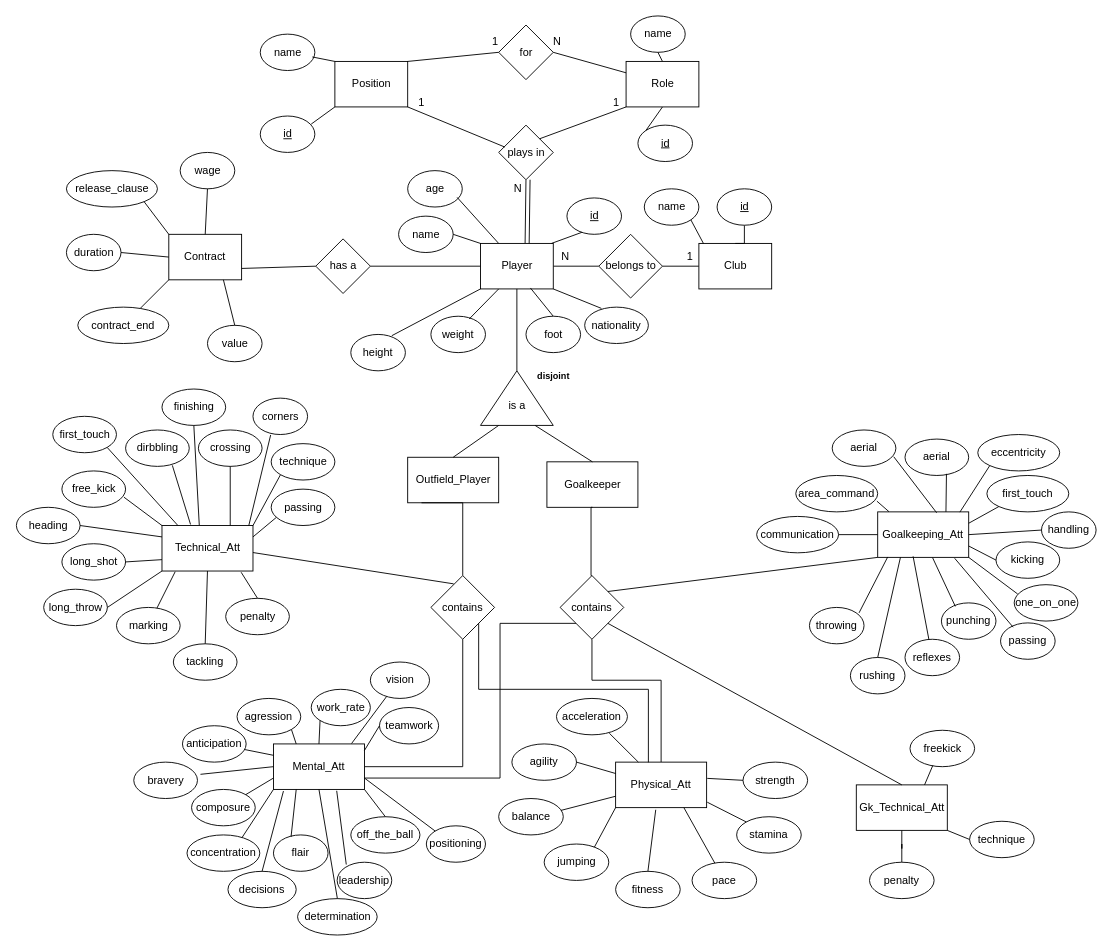
Before: score_savant.drawio in guilherme096/score-savant, a draw.io diagram. Source tidied: cells renumbered, new cells numbered last; positions are measured from the earlier drawing's top-left corner, leaving out a move shared by most shapes. Both pictures are drawn from the tidied source at 91%, with x=0, y=0 at pixel (15, 15).
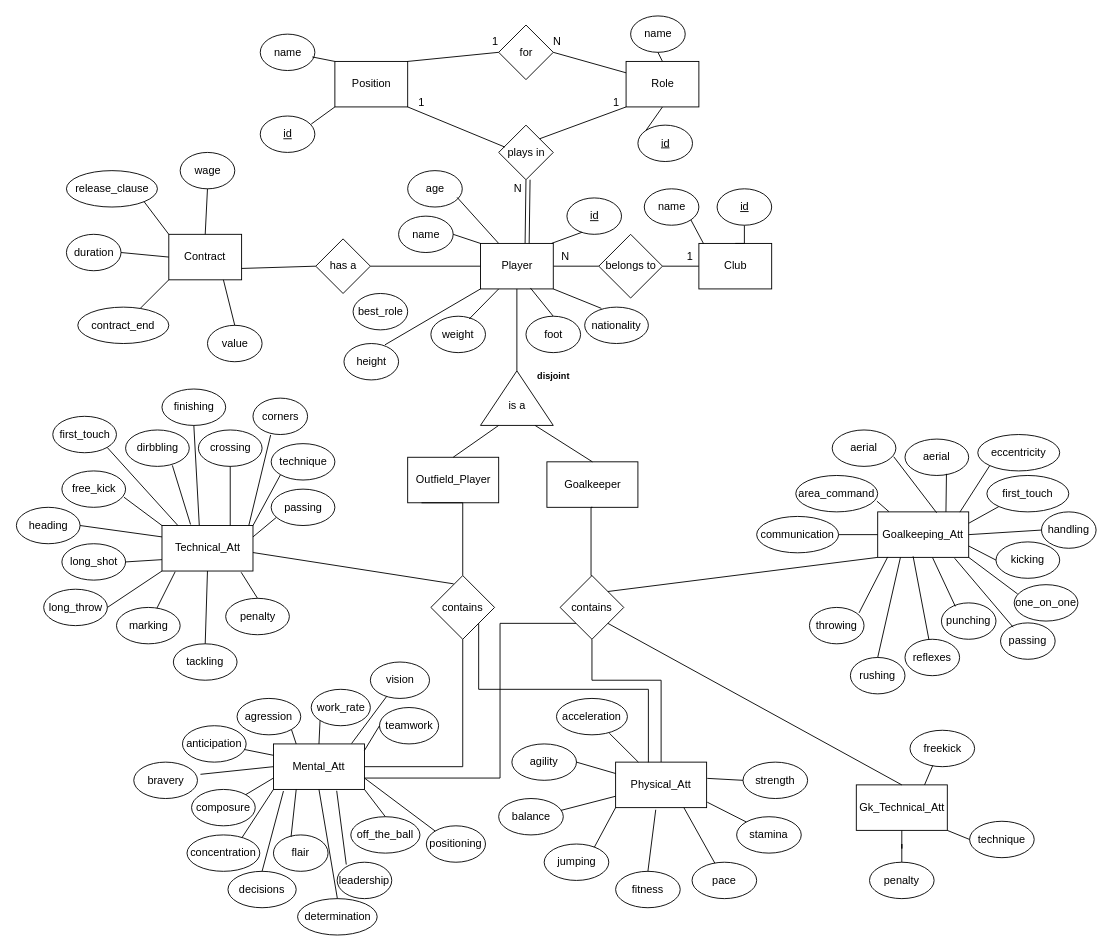
The same page after the edit.

The edit, as a diff of the source:
```diff
@@
     <mxCell id="8" value="height" style="ellipse;whiteSpace=wrap;html=1;" parent="1" vertex="1">
-      <mxGeometry x="368" y="350" width="60" height="40" as="geometry" />
+      <mxGeometry x="360.5" y="360" width="60" height="40" as="geometry" />
     </mxCell>
@@
+    <mxCell id="193" value="best_role" style="ellipse;whiteSpace=wrap;html=1;" parent="1" vertex="1">
+      <mxGeometry x="370.5" y="305" width="60" height="40" as="geometry" />
+    </mxCell>
```
